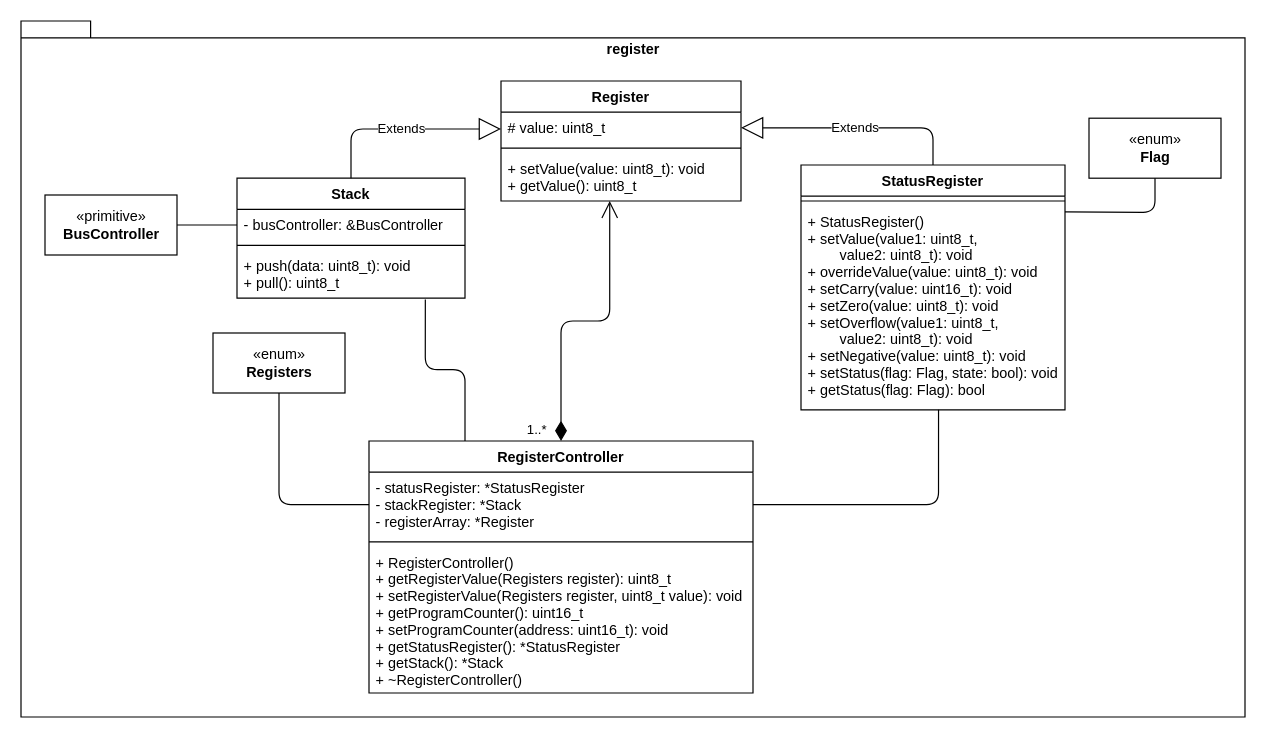
poundflag/MOS-6502-Emulator-Base keeps this draw.io diagram as page "Register" (2 of 5) of doc/6502-Diagram.drawio. Above is the earlier version. Source tidied: cells renumbered, new cells numbered last; positions are measured from the earlier drawing's top-left corner, leaving out a move shared by most shapes. Both pictures are drawn from the tidied source at 120%, with x=0, y=0 at pixel (20, 20).
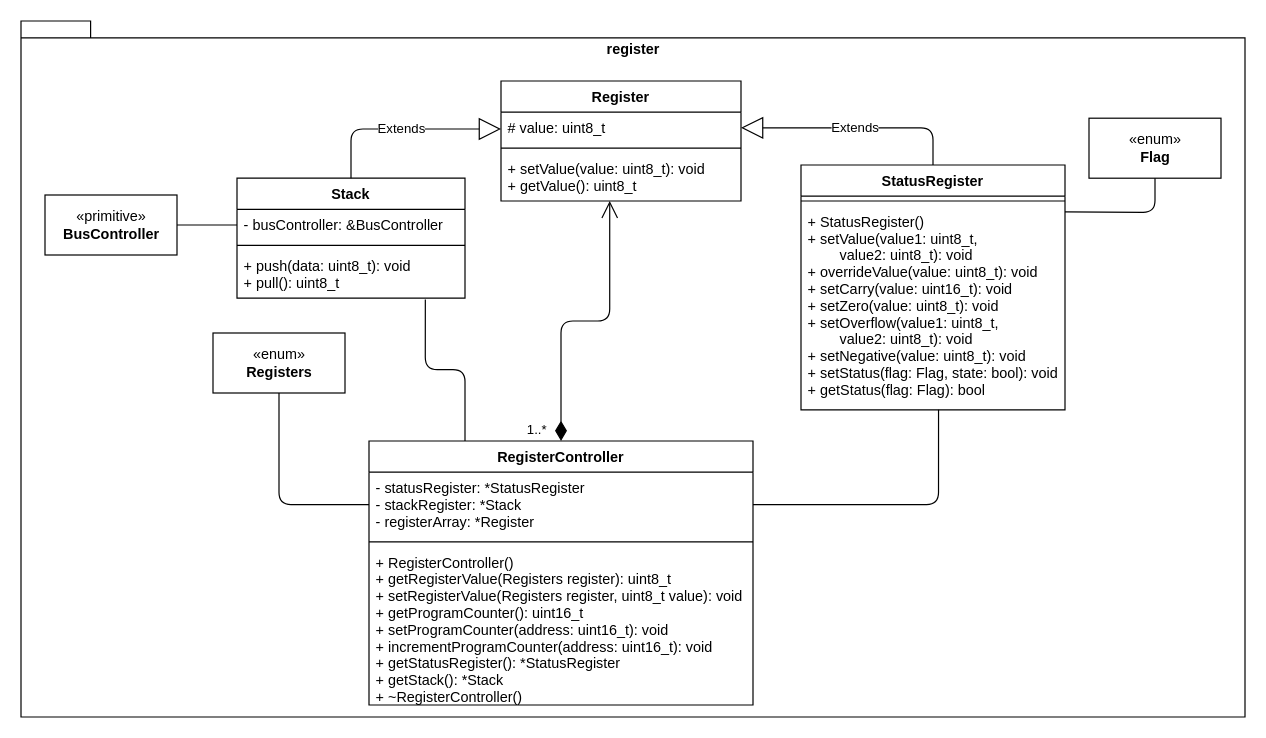
The same page after the edit.

The edit, as a diff of the source:
```diff
@@
     <mxCell id="7" value="RegisterController" style="swimlane;fontStyle=1;align=center;verticalAlign=top;horizontal=1;startSize=26;" parent="1" vertex="1">
-      <mxGeometry x="290" y="350" width="320" height="210" as="geometry" />
+      <mxGeometry x="290" y="350" width="320" height="220" as="geometry" />
     </mxCell>
@@
-    <mxCell id="10" value="+ RegisterController()&#10;+ getRegisterValue(Registers register): uint8_t&#10;+ setRegisterValue(Registers register, uint8_t value): void&#10;+ getProgramCounter(): uint16_t&#10;+ setProgramCounter(address: uint16_t): void&#10;+ getStatusRegister(): *StatusRegister&#10;+ getStack(): *Stack&#10;+ ~RegisterController()" style="text;strokeColor=none;fillColor=none;align=left;verticalAlign=top;spacingLeft=4;spacingRight=4;overflow=hidden;" parent="7" vertex="1">
-      <mxGeometry y="88" width="320" height="122" as="geometry" />
+    <mxCell id="10" value="+ RegisterController()&#10;+ getRegisterValue(Registers register): uint8_t&#10;+ setRegisterValue(Registers register, uint8_t value): void&#10;+ getProgramCounter(): uint16_t&#10;+ setProgramCounter(address: uint16_t): void&#10;+ incrementProgramCounter(address: uint16_t): void&#10;+ getStatusRegister(): *StatusRegister&#10;+ getStack(): *Stack&#10;+ ~RegisterController()" style="text;strokeColor=none;fillColor=none;align=left;verticalAlign=top;spacingLeft=4;spacingRight=4;overflow=hidden;" parent="7" vertex="1">
+      <mxGeometry y="88" width="320" height="132" as="geometry" />
     </mxCell>
```
